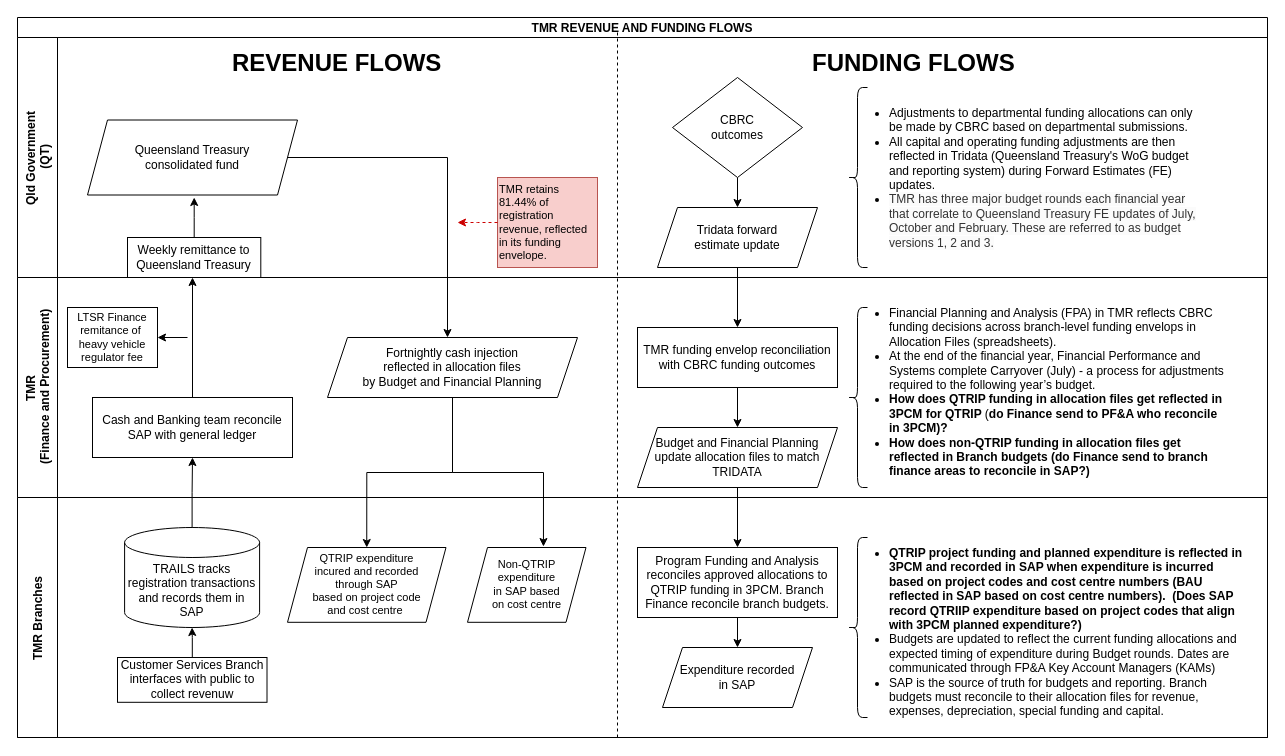
Before: page "Financial process" (2 of 3) of QTRIP and financial mapping.drawio in tzforster/great-suppository-name, a draw.io diagram. Source tidied: cells renumbered, new cells numbered last; positions are measured from the earlier drawing's top-left corner, leaving out a move shared by most shapes. Both pictures are drawn from the tidied source at 100%, with x=0, y=0 at pixel (17, 17).
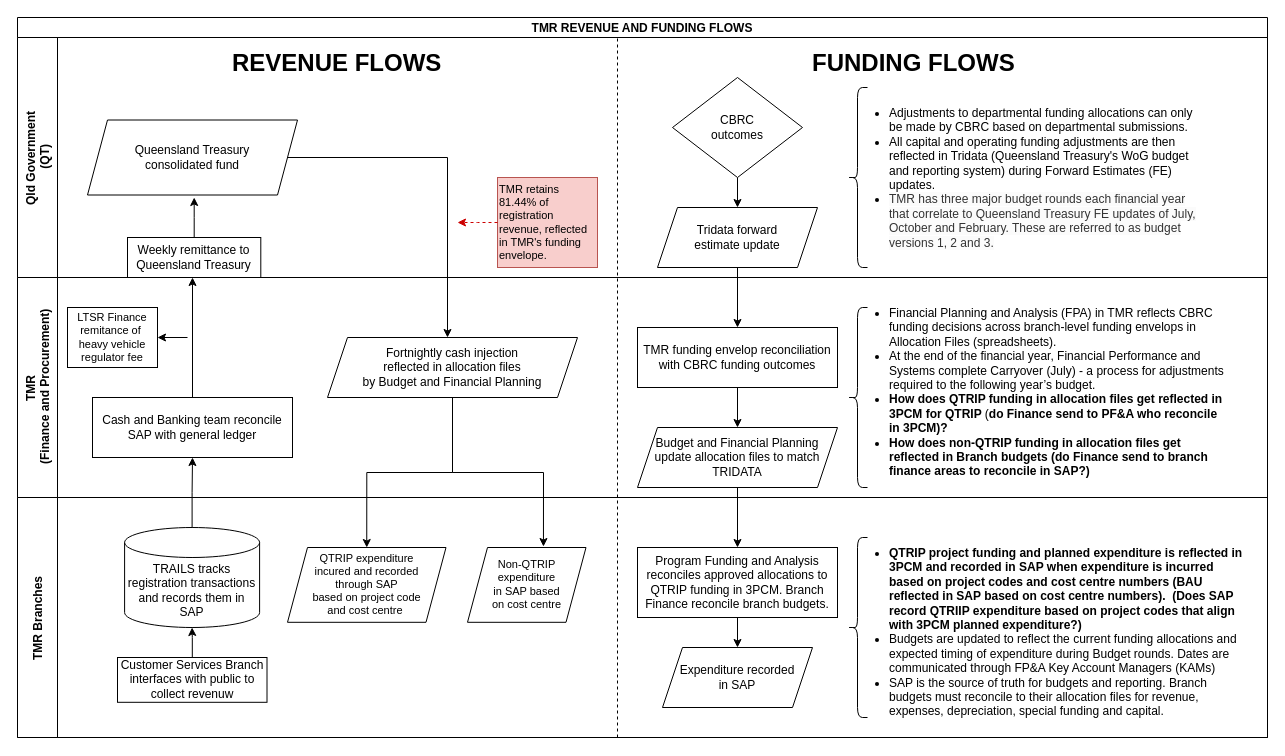
After the change.

Unchanged cells that the change refers to:
```xml
<mxCell id="5" value="Qld Government&#10; (QT)" style="swimlane;startSize=40;horizontal=0;strokeWidth=1;" parent="2" vertex="1">
  <mxGeometry y="20" width="1250" height="240" as="geometry" />
</mxCell>
<mxCell id="17" value="TMR&#10; (Finance and Procurement)" style="swimlane;startSize=40;horizontal=0;strokeWidth=1;" parent="2" vertex="1">
  <mxGeometry y="260" width="1250" height="220" as="geometry" />
</mxCell>
```

Change to the diagram source:
```diff
@@
-    <mxCell id="15" value="&lt;span style=&quot;background-color: initial;&quot;&gt;TMR retains 81.44% of registration revenue, reflected in its funding envelope.&lt;/span&gt;" style="text;html=1;align=left;verticalAlign=middle;whiteSpace=wrap;rounded=0;fontSize=11;fillColor=#f8cecc;strokeColor=#b85450;" parent="5" vertex="1">
+    <mxCell id="15" value="&lt;span style=&quot;background-color: initial;&quot;&gt;TMR retains 81.44% of registration revenue, reflected in TMR's funding envelope.&lt;/span&gt;" style="text;html=1;align=left;verticalAlign=middle;whiteSpace=wrap;rounded=0;fontSize=11;fillColor=#f8cecc;strokeColor=#b85450;" parent="5" vertex="1">
       <mxGeometry x="480" y="140" width="100" height="90" as="geometry" />
     </mxCell>
@@
     <mxCell id="24" style="endArrow=none;dashed=1;html=1;rounded=0;" parent="17" edge="1">
       <mxGeometry y="20" relative="1" as="geometry">
         <mxPoint x="600" y="460" as="sourcePoint" />
-        <mxPoint x="600" y="-245" as="targetPoint" />
+        <mxPoint x="600" y="-240" as="targetPoint" />
       </mxGeometry>
     </mxCell>
```
